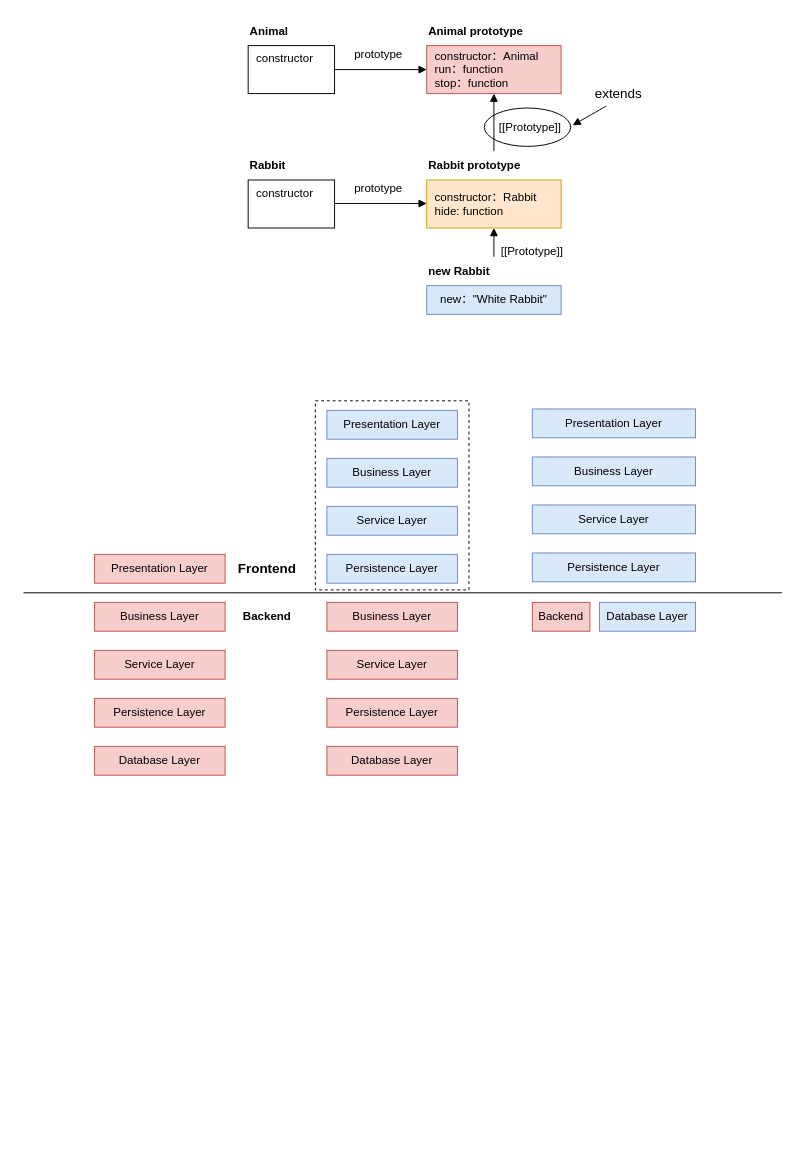
Before: 未命名绘图.drawio in wenpingzheng/demo, a draw.io diagram. Source tidied: cells renumbered, new cells numbered last; positions are measured from the earlier drawing's top-left corner, leaving out a move shared by most shapes. Both pictures are drawn from the tidied source at 96%, with x=0, y=0 at pixel (23, 16).
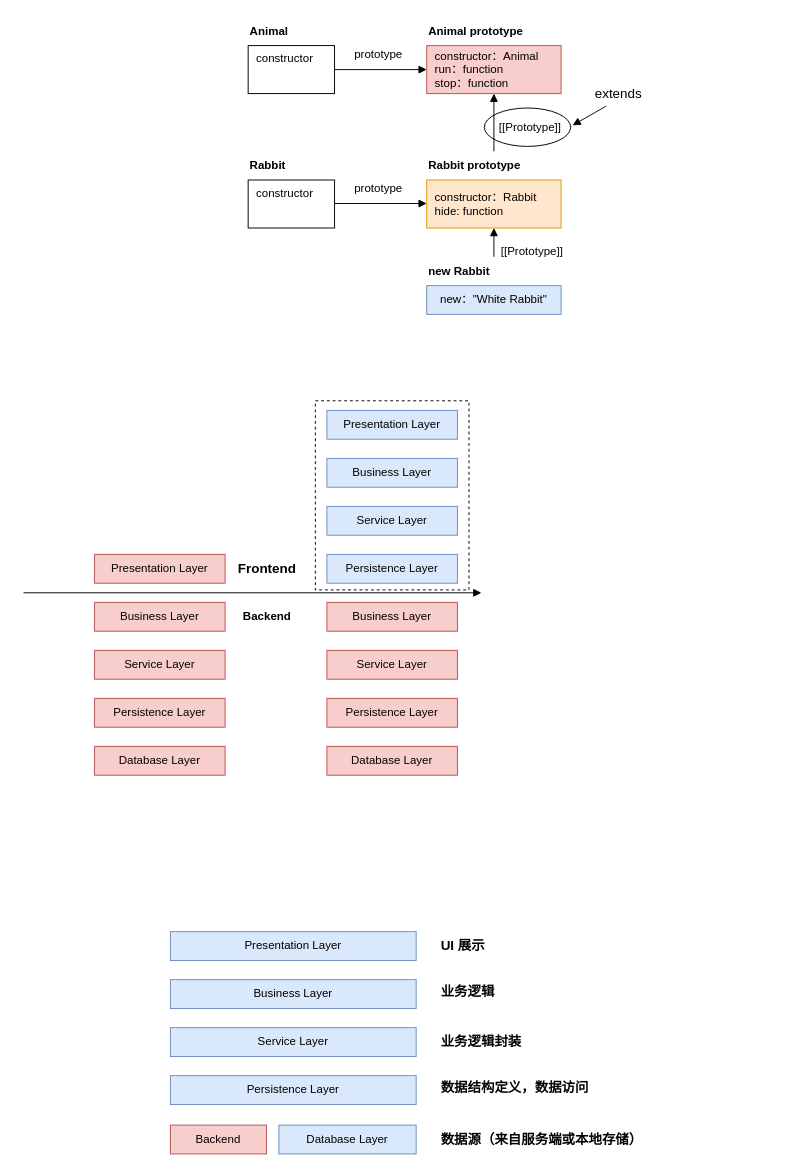
The same diagram, later.

Commit message:
更新未命名绘图.drawio

What changed in the source:
```diff
@@
-    <mxCell id="29" style="endArrow=none;html=1;rounded=0;" parent="1" edge="1">
+    <mxCell id="29" style="endArrow=block;html=1;rounded=0;endFill=1;" parent="1" edge="1">
       <mxGeometry relative="1" as="geometry">
         <mxPoint y="600" as="sourcePoint" />
-        <mxPoint x="790" y="600" as="targetPoint" />
+        <mxPoint x="477" y="600" as="targetPoint" />
       </mxGeometry>
     </mxCell>
@@
     <mxCell id="40" value="Presentation Layer" style="rounded=0;whiteSpace=wrap;html=1;hachureGap=4;fontFamily=Helvetica;fillColor=#dae8fc;strokeColor=#6c8ebf;" parent="1" vertex="1">
-      <mxGeometry x="530" y="408.5" width="170" height="30" as="geometry" />
+      <mxGeometry x="153" y="953" width="256" height="30" as="geometry" />
     </mxCell>
     <mxCell id="41" value="Business Layer" style="rounded=0;whiteSpace=wrap;html=1;hachureGap=4;fontFamily=Helvetica;fillColor=#dae8fc;strokeColor=#6c8ebf;" parent="1" vertex="1">
-      <mxGeometry x="530" y="458.5" width="170" height="30" as="geometry" />
+      <mxGeometry x="153" y="1003" width="256" height="30" as="geometry" />
     </mxCell>
     <mxCell id="42" value="Service Layer" style="rounded=0;whiteSpace=wrap;html=1;hachureGap=4;fontFamily=Helvetica;fillColor=#dae8fc;strokeColor=#6c8ebf;" parent="1" vertex="1">
-      <mxGeometry x="530" y="508.5" width="170" height="30" as="geometry" />
+      <mxGeometry x="153" y="1053" width="256" height="30" as="geometry" />
     </mxCell>
     <mxCell id="43" value="Persistence Layer" style="rounded=0;whiteSpace=wrap;html=1;hachureGap=4;fontFamily=Helvetica;fillColor=#dae8fc;strokeColor=#6c8ebf;" parent="1" vertex="1">
-      <mxGeometry x="530" y="558.5" width="170" height="30" as="geometry" />
+      <mxGeometry x="153" y="1103" width="256" height="30" as="geometry" />
     </mxCell>
     <mxCell id="44" value="Backend" style="rounded=0;whiteSpace=wrap;html=1;hachureGap=4;fontFamily=Helvetica;fillColor=#f8cecc;strokeColor=#b85450;" parent="1" vertex="1">
-      <mxGeometry x="530" y="610" width="60" height="30" as="geometry" />
+      <mxGeometry x="153" y="1154.5" width="100" height="30" as="geometry" />
     </mxCell>
     <mxCell id="45" value="Database Layer" style="rounded=0;whiteSpace=wrap;html=1;hachureGap=4;fontFamily=Helvetica;fillColor=#dae8fc;strokeColor=#6c8ebf;" parent="1" vertex="1">
-      <mxGeometry x="600" y="610" width="100" height="30" as="geometry" />
+      <mxGeometry x="266" y="1154.5" width="143" height="30" as="geometry" />
     </mxCell>
+    <mxCell id="46" value="UI 展示" style="text;html=1;align=left;verticalAlign=middle;whiteSpace=wrap;rounded=0;fontFamily=Helvetica;fontSize=14;fontStyle=1;" parent="1" vertex="1">
+      <mxGeometry x="433" y="953" width="60" height="30" as="geometry" />
+    </mxCell>
+    <mxCell id="47" value="业务逻辑" style="text;html=1;align=left;verticalAlign=middle;whiteSpace=wrap;rounded=0;fontFamily=Helvetica;fontSize=14;fontStyle=1;" parent="1" vertex="1">
+      <mxGeometry x="433" y="1001" width="60" height="30" as="geometry" />
+    </mxCell>
+    <mxCell id="48" value="业务逻辑封装" style="text;html=1;align=left;verticalAlign=middle;whiteSpace=wrap;rounded=0;fontFamily=Helvetica;fontSize=14;fontStyle=1;" parent="1" vertex="1">
+      <mxGeometry x="433" y="1053" width="88" height="30" as="geometry" />
+    </mxCell>
+    <mxCell id="49" value="数据结构定义，数据访问" style="text;html=1;align=left;verticalAlign=middle;whiteSpace=wrap;rounded=0;fontFamily=Helvetica;fontSize=14;fontStyle=1;" parent="1" vertex="1">
+      <mxGeometry x="433" y="1100" width="162" height="30" as="geometry" />
+    </mxCell>
+    <mxCell id="50" value="数据源（来自服务端或本地存储）" style="text;html=1;align=left;verticalAlign=middle;whiteSpace=wrap;rounded=0;fontFamily=Helvetica;fontSize=14;fontStyle=1;" parent="1" vertex="1">
+      <mxGeometry x="433" y="1154.5" width="212" height="30" as="geometry" />
+    </mxCell>
```
